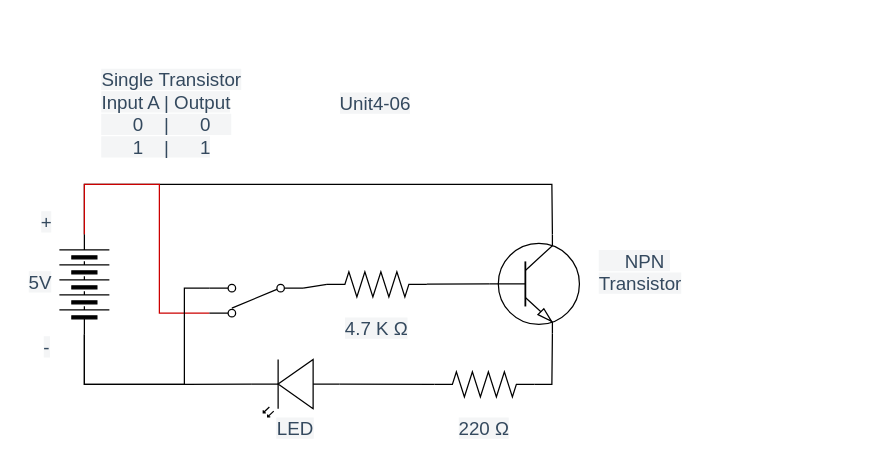
This is Unit4-10.drawio from Igor-Zhelezniak-1/TEJ3M1-Unit4, a draw.io file, before an edit. Source tidied: cells renumbered, new cells numbered last; positions are measured from the earlier drawing's top-left corner, leaving out a move shared by most shapes. Both pictures are drawn from the tidied source at 125%, with x=0, y=0 at pixel (21, 21).
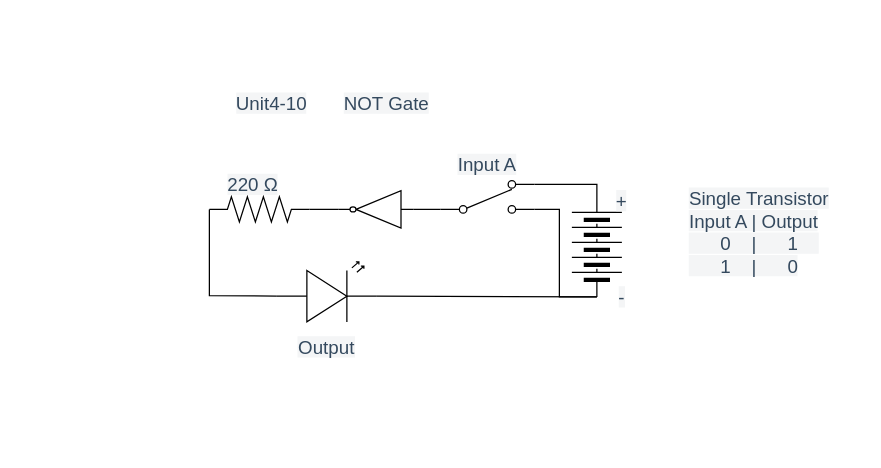
The same page after the edit.

Change to the diagram source:
```diff
@@
-    <mxCell id="2" style="edgeStyle=none;shape=connector;rounded=0;html=1;entryX=0;entryY=0.5;entryDx=0;entryDy=0;entryPerimeter=0;labelBackgroundColor=default;fontFamily=Helvetica;fontSize=11;fontColor=default;endArrow=none;endFill=0;strokeColor=#000000;exitX=0;exitY=0.57;exitDx=0;exitDy=0;exitPerimeter=0;" parent="1" edge="1" source="4" target="6">
-      <mxGeometry relative="1" as="geometry" />
-    </mxCell>
-    <mxCell id="3" style="edgeStyle=none;shape=connector;rounded=0;html=1;entryX=0;entryY=0.5;entryDx=0;entryDy=0;labelBackgroundColor=default;fontFamily=Helvetica;fontSize=11;fontColor=default;endArrow=none;endFill=0;strokeColor=#000000;exitX=1;exitY=0.57;exitDx=0;exitDy=0;exitPerimeter=0;" parent="1" edge="1" source="4" target="10">
-      <mxGeometry relative="1" as="geometry">
-        <Array as="points">
-          <mxPoint x="130" y="290" />
-          <mxPoint x="50" y="290" />
-        </Array>
-      </mxGeometry>
-    </mxCell>
+    <mxCell id="25" style="edgeStyle=none;rounded=0;html=1;entryX=0;entryY=0.5;entryDx=0;entryDy=0;endArrow=none;endFill=0;exitX=1;exitY=0.57;exitDx=0;exitDy=0;exitPerimeter=0;" parent="1" edge="1" source="4" target="10">
+      <mxGeometry relative="1" as="geometry" />
+    </mxCell>
-    <mxCell id="4" style="verticalLabelPosition=bottom;shadow=0;dashed=0;align=center;html=1;verticalAlign=top;shape=mxgraph.electrical.opto_electronics.led_2;rotation=-180;" parent="1" vertex="1">
-      <mxGeometry x="184" y="270" width="70" height="46" as="geometry" />
+    <mxCell id="4" style="verticalLabelPosition=bottom;shadow=0;dashed=0;align=center;html=1;verticalAlign=top;shape=mxgraph.electrical.opto_electronics.led_2;rotation=0;" parent="1" vertex="1">
+      <mxGeometry x="204" y="192" width="80" height="48" as="geometry" />
     </mxCell>
     <mxCell id="5" value="&lt;span style=&quot;color: rgb(52 , 73 , 94) ; font-family: , sans-serif ; font-size: 15px ; text-align: left ; background-color: rgb(244 , 245 , 246)&quot;&gt;220 Ω&lt;/span&gt;" style="text;html=1;align=center;verticalAlign=middle;whiteSpace=wrap;rounded=0;" parent="1" vertex="1">
-      <mxGeometry x="340" y="310" width="60" height="30" as="geometry" />
+      <mxGeometry x="160" y="120" width="50" height="20" as="geometry" />
     </mxCell>
+    <mxCell id="26" style="edgeStyle=none;rounded=0;html=1;entryX=0;entryY=0.57;entryDx=0;entryDy=0;entryPerimeter=0;endArrow=none;endFill=0;exitX=0;exitY=0.5;exitDx=0;exitDy=0;exitPerimeter=0;" parent="1" edge="1" source="6" target="4">
+      <mxGeometry relative="1" as="geometry">
+        <Array as="points">
+          <mxPoint x="150" y="219" />
+        </Array>
+      </mxGeometry>
+    </mxCell>
     <mxCell id="6" style="verticalLabelPosition=bottom;shadow=0;dashed=0;align=center;html=1;verticalAlign=top;shape=mxgraph.electrical.resistors.resistor_2;" parent="1" vertex="1">
-      <mxGeometry x="330" y="280" width="80" height="20" as="geometry" />
+      <mxGeometry x="150" y="140" width="80" height="20" as="geometry" />
     </mxCell>
-    <mxCell id="7" style="edgeStyle=none;html=1;rounded=0;endArrow=none;endFill=0;entryX=0.7;entryY=0;entryDx=0;entryDy=0;entryPerimeter=0;" parent="1" edge="1" source="10" target="20">
-      <mxGeometry relative="1" as="geometry">
-        <Array as="points">
-          <mxPoint x="50" y="130" />
-          <mxPoint x="424" y="130" />
-        </Array>
-      </mxGeometry>
-    </mxCell>
-    <mxCell id="8" style="edgeStyle=none;shape=connector;rounded=0;html=1;entryX=1;entryY=0.115;entryDx=0;entryDy=0;entryPerimeter=0;labelBackgroundColor=default;fontFamily=Helvetica;fontSize=11;fontColor=default;endArrow=none;endFill=0;strokeColor=#CC0000;" parent="1" edge="1" source="10" target="15">
-      <mxGeometry relative="1" as="geometry">
-        <Array as="points">
-          <mxPoint x="50" y="130" />
-          <mxPoint x="110" y="130" />
-          <mxPoint x="110" y="233" />
-        </Array>
-      </mxGeometry>
-    </mxCell>
-    <mxCell id="9" style="edgeStyle=none;shape=connector;rounded=0;html=1;labelBackgroundColor=default;fontFamily=Helvetica;fontSize=11;fontColor=default;endArrow=none;endFill=0;strokeColor=#000000;entryX=1;entryY=0.885;entryDx=0;entryDy=0;entryPerimeter=0;" parent="1" edge="1" source="10" target="15">
-      <mxGeometry relative="1" as="geometry">
-        <Array as="points">
-          <mxPoint x="50" y="290" />
-          <mxPoint x="130" y="290" />
-          <mxPoint x="130" y="213" />
-        </Array>
-      </mxGeometry>
-    </mxCell>
+    <mxCell id="3" style="edgeStyle=none;html=1;entryX=1;entryY=0.115;entryDx=0;entryDy=0;entryPerimeter=0;rounded=0;endArrow=none;endFill=0;exitX=1;exitY=0.5;exitDx=0;exitDy=0;" parent="1" edge="1" source="10" target="15">
+      <mxGeometry relative="1" as="geometry">
+        <Array as="points">
+          <mxPoint x="460" y="130" />
+        </Array>
+      </mxGeometry>
+    </mxCell>
+    <mxCell id="27" style="edgeStyle=none;rounded=0;html=1;entryX=1;entryY=0.885;entryDx=0;entryDy=0;entryPerimeter=0;endArrow=none;endFill=0;exitX=0;exitY=0.5;exitDx=0;exitDy=0;" parent="1" edge="1" source="10" target="15">
+      <mxGeometry relative="1" as="geometry">
+        <Array as="points">
+          <mxPoint x="430" y="220" />
+          <mxPoint x="430" y="150" />
+        </Array>
+      </mxGeometry>
+    </mxCell>
     <mxCell id="10" style="verticalLabelPosition=bottom;shadow=0;dashed=0;align=center;html=1;verticalAlign=top;shape=mxgraph.electrical.miscellaneous.batteryStack;direction=south;rotation=-180;" parent="1" vertex="1">
-      <mxGeometry x="30" y="170" width="40" height="80" as="geometry" />
+      <mxGeometry x="440" y="140" width="40" height="80" as="geometry" />
     </mxCell>
     <mxCell id="11" value="&lt;span style=&quot;color: rgb(52 , 73 , 94) ; font-family: , sans-serif ; font-size: 15px ; text-align: left ; background-color: rgb(244 , 245 , 246)&quot;&gt;+&lt;/span&gt;" style="text;html=1;strokeColor=none;fillColor=none;align=center;verticalAlign=middle;whiteSpace=wrap;rounded=0;" parent="1" vertex="1">
-      <mxGeometry x="10" y="150" width="20" height="20" as="geometry" />
+      <mxGeometry x="470" y="133" width="20" height="20" as="geometry" />
     </mxCell>
     <mxCell id="12" value="&lt;div style=&quot;text-align: left&quot;&gt;&lt;font color=&quot;#34495e&quot;&gt;&lt;span style=&quot;font-size: 15px ; background-color: rgb(244 , 245 , 246)&quot;&gt;-&lt;/span&gt;&lt;/font&gt;&lt;/div&gt;" style="text;html=1;strokeColor=none;fillColor=none;align=center;verticalAlign=middle;whiteSpace=wrap;rounded=0;" parent="1" vertex="1">
-      <mxGeometry x="10" y="250" width="20" height="20" as="geometry" />
+      <mxGeometry x="470" y="210" width="20" height="20" as="geometry" />
     </mxCell>
-    <mxCell id="13" value="&lt;div style=&quot;text-align: left&quot;&gt;&lt;span style=&quot;background-color: rgb(244 , 245 , 246) ; font-size: 15px ; color: rgb(52 , 73 , 94)&quot;&gt;Unit4-06&lt;/span&gt;&lt;/div&gt;" style="text;html=1;strokeColor=none;fillColor=none;align=center;verticalAlign=middle;whiteSpace=wrap;rounded=0;" parent="1" vertex="1">
-      <mxGeometry x="253" y="50" width="60" height="30" as="geometry" />
+    <mxCell id="13" value="&lt;div style=&quot;text-align: left&quot;&gt;&lt;span style=&quot;background-color: rgb(244 , 245 , 246) ; font-size: 15px ; color: rgb(52 , 73 , 94)&quot;&gt;Unit4-10&lt;/span&gt;&lt;/div&gt;" style="text;html=1;strokeColor=none;fillColor=none;align=center;verticalAlign=middle;whiteSpace=wrap;rounded=0;" parent="1" vertex="1">
+      <mxGeometry x="170" y="50" width="60" height="30" as="geometry" />
     </mxCell>
-    <mxCell id="14" style="edgeStyle=none;shape=connector;rounded=0;html=1;entryX=0;entryY=0.5;entryDx=0;entryDy=0;entryPerimeter=0;labelBackgroundColor=default;fontFamily=Helvetica;fontSize=11;fontColor=default;endArrow=none;endFill=0;strokeColor=#000000;exitX=0;exitY=0.885;exitDx=0;exitDy=0;exitPerimeter=0;" parent="1" edge="1" source="15" target="22">
-      <mxGeometry relative="1" as="geometry" />
-    </mxCell>
-    <mxCell id="15" style="verticalLabelPosition=bottom;shadow=0;dashed=0;align=center;html=1;verticalAlign=top;shape=mxgraph.electrical.electro-mechanical.2-way_switch;direction=west;" parent="1" vertex="1">
-      <mxGeometry x="150" y="210" width="75" height="26" as="geometry" />
+    <mxCell id="15" style="verticalLabelPosition=bottom;shadow=0;dashed=0;align=center;html=1;verticalAlign=top;shape=mxgraph.electrical.electro-mechanical.2-way_switch;direction=west;rotation=-180;" parent="1" vertex="1">
+      <mxGeometry x="335" y="127" width="75" height="26" as="geometry" />
     </mxCell>
-    <mxCell id="16" value="&lt;div style=&quot;text-align: left&quot;&gt;&lt;font color=&quot;#34495e&quot;&gt;&lt;span style=&quot;font-size: 15px ; background-color: rgb(244 , 245 , 246)&quot;&gt;Single Transistor&lt;/span&gt;&lt;/font&gt;&lt;/div&gt;&lt;div style=&quot;text-align: left&quot;&gt;&lt;font color=&quot;#34495e&quot;&gt;&lt;span style=&quot;font-size: 15px ; background-color: rgb(244 , 245 , 246)&quot;&gt;Input A | Output&lt;/span&gt;&lt;/font&gt;&lt;/div&gt;&lt;div style=&quot;text-align: left&quot;&gt;&lt;font color=&quot;#34495e&quot;&gt;&lt;span style=&quot;font-size: 15px ; background-color: rgb(244 , 245 , 246)&quot;&gt;&amp;nbsp; &amp;nbsp; &amp;nbsp; 0&amp;nbsp; &amp;nbsp; |&amp;nbsp; &amp;nbsp; &amp;nbsp; 0&amp;nbsp; &amp;nbsp;&amp;nbsp;&lt;/span&gt;&lt;/font&gt;&lt;/div&gt;&lt;div style=&quot;text-align: left&quot;&gt;&lt;font color=&quot;#34495e&quot;&gt;&lt;span style=&quot;font-size: 15px ; background-color: rgb(244 , 245 , 246)&quot;&gt;&amp;nbsp; &amp;nbsp; &amp;nbsp; 1&amp;nbsp; &amp;nbsp; |&amp;nbsp; &amp;nbsp; &amp;nbsp; 1&lt;/span&gt;&lt;/font&gt;&lt;/div&gt;" style="text;html=1;strokeColor=none;fillColor=none;align=center;verticalAlign=middle;whiteSpace=wrap;rounded=0;" parent="1" vertex="1">
-      <mxGeometry x="40" width="160" height="145" as="geometry" />
+    <mxCell id="16" value="&lt;div style=&quot;text-align: left&quot;&gt;&lt;font color=&quot;#34495e&quot;&gt;&lt;span style=&quot;font-size: 15px ; background-color: rgb(244 , 245 , 246)&quot;&gt;Single Transistor&lt;/span&gt;&lt;/font&gt;&lt;/div&gt;&lt;div style=&quot;text-align: left&quot;&gt;&lt;font color=&quot;#34495e&quot;&gt;&lt;span style=&quot;font-size: 15px ; background-color: rgb(244 , 245 , 246)&quot;&gt;Input A | Output&lt;/span&gt;&lt;/font&gt;&lt;/div&gt;&lt;div style=&quot;text-align: left&quot;&gt;&lt;font color=&quot;#34495e&quot;&gt;&lt;span style=&quot;font-size: 15px ; background-color: rgb(244 , 245 , 246)&quot;&gt;&amp;nbsp; &amp;nbsp; &amp;nbsp; 0&amp;nbsp; &amp;nbsp; |&amp;nbsp; &amp;nbsp; &amp;nbsp; 1&amp;nbsp; &amp;nbsp;&amp;nbsp;&lt;/span&gt;&lt;/font&gt;&lt;/div&gt;&lt;div style=&quot;text-align: left&quot;&gt;&lt;font color=&quot;#34495e&quot;&gt;&lt;span style=&quot;font-size: 15px ; background-color: rgb(244 , 245 , 246)&quot;&gt;&amp;nbsp; &amp;nbsp; &amp;nbsp; 1&amp;nbsp; &amp;nbsp; |&amp;nbsp; &amp;nbsp; &amp;nbsp; 0&lt;/span&gt;&lt;/font&gt;&lt;/div&gt;" style="text;html=1;strokeColor=none;fillColor=none;align=center;verticalAlign=middle;whiteSpace=wrap;rounded=0;" parent="1" vertex="1">
+      <mxGeometry x="510" y="95" width="160" height="145" as="geometry" />
     </mxCell>
-    <mxCell id="17" value="&lt;div style=&quot;text-align: left&quot;&gt;&lt;font color=&quot;#34495e&quot;&gt;&lt;span style=&quot;font-size: 15px ; background-color: rgb(244 , 245 , 246)&quot;&gt;LED&lt;/span&gt;&lt;/font&gt;&lt;/div&gt;" style="text;html=1;strokeColor=none;fillColor=none;align=center;verticalAlign=middle;whiteSpace=wrap;rounded=0;" parent="1" vertex="1">
-      <mxGeometry x="189" y="310" width="60" height="30" as="geometry" />
-    </mxCell>
-    <mxCell id="18" value="&lt;div style=&quot;text-align: left&quot;&gt;&lt;font color=&quot;#34495e&quot;&gt;&lt;span style=&quot;font-size: 15px ; background-color: rgb(244 , 245 , 246)&quot;&gt;5V&lt;/span&gt;&lt;/font&gt;&lt;/div&gt;" style="text;html=1;strokeColor=none;fillColor=none;align=center;verticalAlign=middle;whiteSpace=wrap;rounded=0;" parent="1" vertex="1">
-      <mxGeometry y="200" width="30" height="15" as="geometry" />
-    </mxCell>
-    <mxCell id="19" style="edgeStyle=none;shape=connector;rounded=0;html=1;entryX=1;entryY=0.5;entryDx=0;entryDy=0;entryPerimeter=0;labelBackgroundColor=default;fontFamily=Helvetica;fontSize=11;fontColor=default;endArrow=none;endFill=0;strokeColor=#000000;exitX=0.7;exitY=1;exitDx=0;exitDy=0;exitPerimeter=0;" parent="1" edge="1" source="20" target="6">
-      <mxGeometry relative="1" as="geometry">
-        <Array as="points">
-          <mxPoint x="424" y="290" />
-        </Array>
-      </mxGeometry>
-    </mxCell>
-    <mxCell id="20" style="verticalLabelPosition=bottom;shadow=0;dashed=0;align=center;html=1;verticalAlign=top;shape=mxgraph.electrical.transistors.npn_transistor_1;direction=west;rotation=-180;" parent="1" vertex="1">
-      <mxGeometry x="370" y="170" width="80" height="79.3" as="geometry" />
-    </mxCell>
-    <mxCell id="21" style="edgeStyle=none;shape=connector;rounded=0;html=1;entryX=0;entryY=0.5;entryDx=0;entryDy=0;entryPerimeter=0;labelBackgroundColor=default;fontFamily=Helvetica;fontSize=11;fontColor=default;endArrow=none;endFill=0;strokeColor=#000000;" parent="1" edge="1" source="22" target="20">
-      <mxGeometry relative="1" as="geometry" />
-    </mxCell>
-    <mxCell id="22" style="verticalLabelPosition=bottom;shadow=0;dashed=0;align=center;html=1;verticalAlign=top;shape=mxgraph.electrical.resistors.resistor_2;" parent="1" vertex="1">
-      <mxGeometry x="244" y="200" width="80" height="20" as="geometry" />
-    </mxCell>
-    <mxCell id="23" value="&lt;span style=&quot;color: rgb(52 , 73 , 94) ; font-family: , sans-serif ; font-size: 15px ; text-align: left ; background-color: rgb(244 , 245 , 246)&quot;&gt;4.7 K Ω&lt;/span&gt;" style="text;html=1;align=center;verticalAlign=middle;whiteSpace=wrap;rounded=0;" parent="1" vertex="1">
-      <mxGeometry x="254" y="230" width="60" height="30" as="geometry" />
-    </mxCell>
-    <mxCell id="24" value="&lt;div style=&quot;text-align: left&quot;&gt;&lt;font color=&quot;#34495e&quot;&gt;&lt;span style=&quot;font-size: 15px ; background-color: rgb(244 , 245 , 246)&quot;&gt;&amp;nbsp; &amp;nbsp; &amp;nbsp;NPN&amp;nbsp;&lt;/span&gt;&lt;/font&gt;&lt;/div&gt;&lt;div style=&quot;text-align: left&quot;&gt;&lt;font color=&quot;#34495e&quot;&gt;&lt;span style=&quot;font-size: 15px ; background-color: rgb(244 , 245 , 246)&quot;&gt;Transistor&lt;/span&gt;&lt;/font&gt;&lt;/div&gt;" style="text;html=1;strokeColor=none;fillColor=none;align=center;verticalAlign=middle;whiteSpace=wrap;rounded=0;" parent="1" vertex="1">
-      <mxGeometry x="460" y="180" width="70" height="40" as="geometry" />
-    </mxCell>
+    <mxCell id="28" style="edgeStyle=none;rounded=0;html=1;exitX=1;exitY=0.5;exitDx=0;exitDy=0;exitPerimeter=0;entryX=1;entryY=0.5;entryDx=0;entryDy=0;entryPerimeter=0;endArrow=none;endFill=0;" parent="1" edge="1" source="30" target="6">
+      <mxGeometry relative="1" as="geometry" />
+    </mxCell>
+    <mxCell id="29" style="edgeStyle=none;rounded=0;html=1;entryX=0;entryY=0.885;entryDx=0;entryDy=0;entryPerimeter=0;endArrow=none;endFill=0;" parent="1" edge="1" source="30" target="15">
+      <mxGeometry relative="1" as="geometry" />
+    </mxCell>
+    <mxCell id="30" style="verticalLabelPosition=bottom;shadow=0;dashed=0;align=center;html=1;verticalAlign=top;shape=mxgraph.electrical.logic_gates.inverter_2;rotation=-180;" parent="1" vertex="1">
+      <mxGeometry x="253.5" y="135" width="60" height="30" as="geometry" />
+    </mxCell>
+    <mxCell id="31" value="&lt;div style=&quot;text-align: left&quot;&gt;&lt;font color=&quot;#34495e&quot;&gt;&lt;span style=&quot;font-size: 15px ; background-color: rgb(244 , 245 , 246)&quot;&gt;Input A&lt;/span&gt;&lt;/font&gt;&lt;/div&gt;" style="text;html=1;strokeColor=none;fillColor=none;align=center;verticalAlign=middle;whiteSpace=wrap;rounded=0;" parent="1" vertex="1">
+      <mxGeometry x="344.2" y="101" width="56.5" height="26" as="geometry" />
+    </mxCell>
+    <mxCell id="32" value="&lt;div style=&quot;text-align: left&quot;&gt;&lt;font color=&quot;#34495e&quot;&gt;&lt;span style=&quot;font-size: 15px ; background-color: rgb(244 , 245 , 246)&quot;&gt;NOT Gate&lt;/span&gt;&lt;/font&gt;&lt;/div&gt;" style="text;html=1;strokeColor=none;fillColor=none;align=center;verticalAlign=middle;whiteSpace=wrap;rounded=0;" parent="1" vertex="1">
+      <mxGeometry x="254" y="50" width="76" height="30" as="geometry" />
+    </mxCell>
+    <mxCell id="33" value="&lt;div style=&quot;text-align: left&quot;&gt;&lt;font color=&quot;#34495e&quot;&gt;&lt;span style=&quot;font-size: 15px ; background-color: rgb(244 , 245 , 246)&quot;&gt;Output&lt;/span&gt;&lt;/font&gt;&lt;/div&gt;" style="text;html=1;strokeColor=none;fillColor=none;align=center;verticalAlign=middle;whiteSpace=wrap;rounded=0;" parent="1" vertex="1">
+      <mxGeometry x="213" y="250" width="62" height="20" as="geometry" />
+    </mxCell>
```
